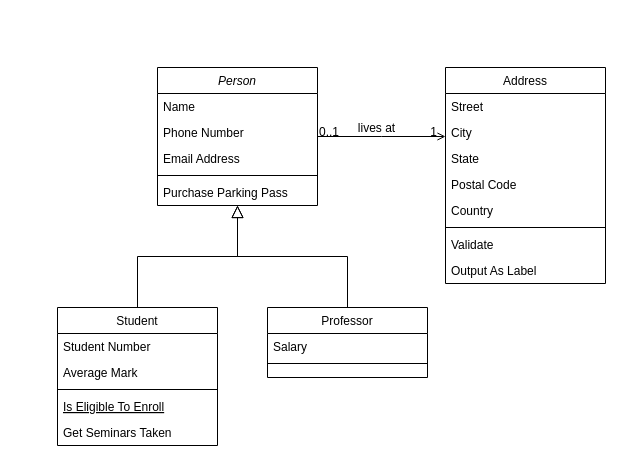
This is Untitled Diagram.drawio from EkraBD/MyRep2, a draw.io file, before an edit. Source tidied: cells renumbered, new cells numbered last; positions are measured from the earlier drawing's top-left corner, leaving out a move shared by most shapes. Both pictures are drawn from the tidied source at 100%, with x=0, y=0 at pixel (57, 67).
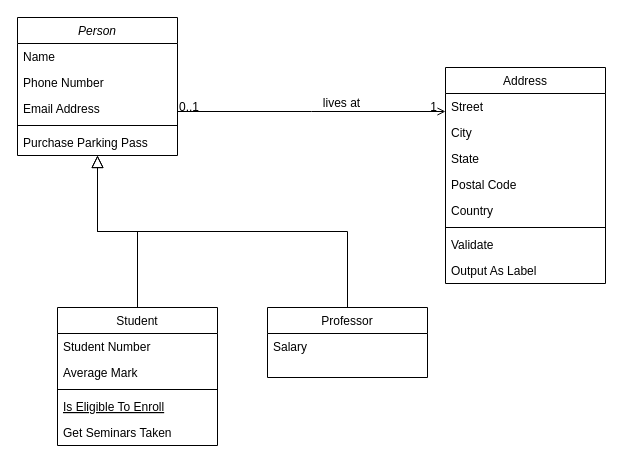
The same page after the edit.

Unchanged cells that the change refers to:
```xml
<mxCell id="15" value="Professor" style="swimlane;fontStyle=0;align=center;verticalAlign=top;horizontal=1;startSize=26;rounded=0;shadow=0;strokeWidth=1;" parent="1" vertex="1">
  <mxGeometry x="210" y="240" width="160" height="70" as="geometry" />
</mxCell>
```

The edit, as a diff of the source:
```diff
@@
     <mxCell id="2" value="Person" style="swimlane;fontStyle=2;align=center;verticalAlign=top;horizontal=1;startSize=26;rounded=0;shadow=0;strokeWidth=1;" parent="1" vertex="1">
-      <mxGeometry x="100" width="160" height="138" as="geometry" />
+      <mxGeometry x="-40" y="-50" width="160" height="138" as="geometry" />
     </mxCell>
@@
-    <mxCell id="17" style="line;html=1;strokeWidth=1;align=left;verticalAlign=middle;spacingTop=-1;spacingLeft=3;spacingRight=3;labelPosition=right;" parent="15" vertex="1">
-      <mxGeometry y="52" width="160" height="8" as="geometry" />
-    </mxCell>
```
